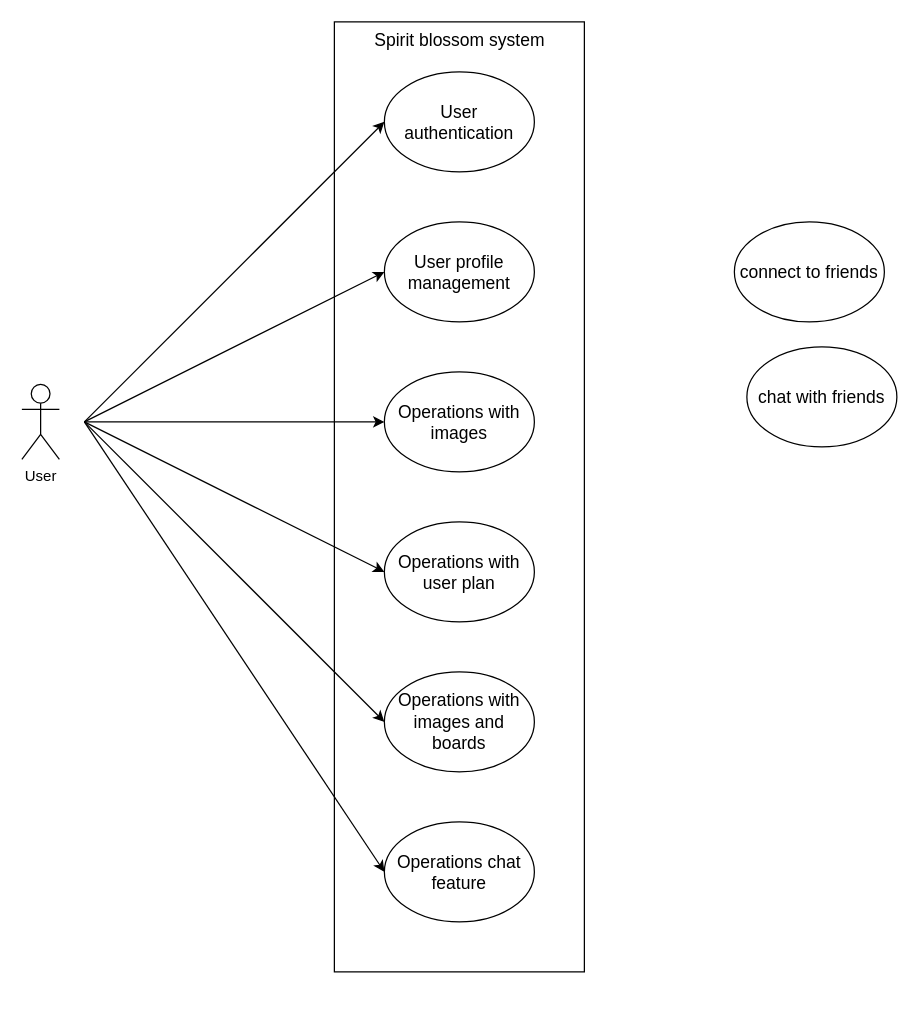
Before: page "usecase: overview" (1 of 5) of designs/usecase.drawio in PhoenixWK/spirit-blossom, a draw.io diagram. Source tidied: cells renumbered, new cells numbered last; positions are measured from the earlier drawing's top-left corner, leaving out a move shared by most shapes. Both pictures are drawn from the tidied source at 125%, with x=0, y=0 at pixel (21, 21).
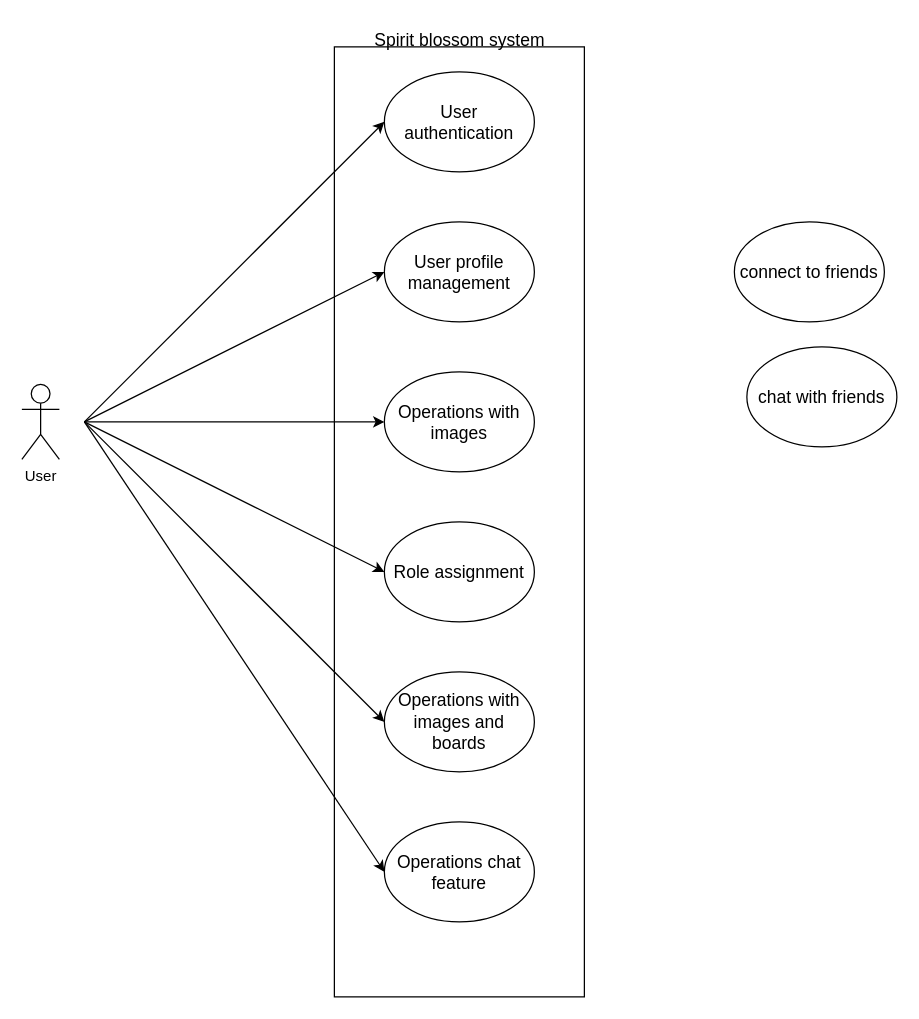
The same diagram, later.

What changed in the source:
```diff
@@
-    <mxCell id="7" value="&lt;font style=&quot;font-size: 14px;&quot;&gt;Operations with user plan&lt;/font&gt;" style="ellipse;whiteSpace=wrap;html=1;fillColor=default;" parent="1" vertex="1">
+    <mxCell id="7" value="&lt;span style=&quot;font-size: 14px;&quot;&gt;Role assignment&lt;/span&gt;" style="ellipse;whiteSpace=wrap;html=1;fillColor=default;" parent="1" vertex="1">
       <mxGeometry x="290" y="400" width="120" height="80" as="geometry" />
     </mxCell>
@@
     <mxCell id="11" style="rounded=0;whiteSpace=wrap;html=1;fillColor=none;" parent="1" vertex="1">
-      <mxGeometry x="250" width="200" height="760" as="geometry" />
+      <mxGeometry x="250" y="20" width="200" height="760" as="geometry" />
     </mxCell>
```
